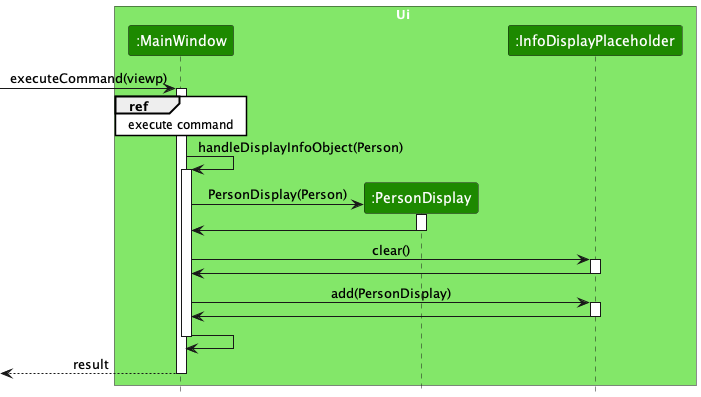
Before: docs/images/ViewpSequenceDiagram.png, a diagram exported from PlantUML (timetraveller-123/tp). Source of this version:
```plantuml
@startuml
!include style.puml
skinparam ArrowFontStyle plain
skinparam sequenceReferenceBackgroundColor white

box Ui UI_COLOR_T1
participant ":MainWindow" as MainWindow UI_COLOR
-> MainWindow : executeCommand(viewp)
activate MainWindow

ref over MainWindow : execute command

MainWindow -> MainWindow : handleDisplayInfoObject(Person)
activate MainWindow

create ":PersonDisplay" as PersonDisplay UI_COLOR
MainWindow -> PersonDisplay : PersonDisplay(Person)
activate PersonDisplay

PersonDisplay -> MainWindow
deactivate PersonDisplay

participant ":InfoDisplayPlaceholder" as InfoDisplayPlaceholder UI_COLOR

MainWindow -> InfoDisplayPlaceholder : clear()
activate InfoDisplayPlaceholder

InfoDisplayPlaceholder -> MainWindow
deactivate InfoDisplayPlaceholder

MainWindow -> InfoDisplayPlaceholder : add(PersonDisplay)
activate InfoDisplayPlaceholder

InfoDisplayPlaceholder -> MainWindow
deactivate InfoDisplayPlaceholder

MainWindow -> MainWindow
deactivate MainWindow

<-- MainWindow : result
deactivate MainWindow



endbox

@enduml
```
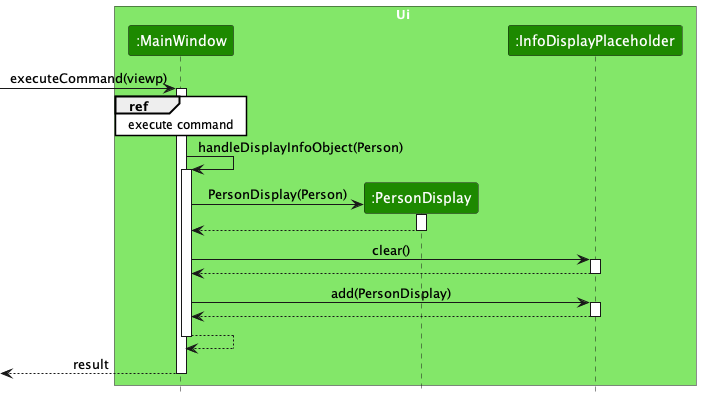
After the commit.

Commit message:
Fix viewp sequence diagram

What changed in the source:
```diff
@@ -17,7 +17,7 @@
 MainWindow -> PersonDisplay : PersonDisplay(Person)
 activate PersonDisplay
 
-PersonDisplay -> MainWindow
+PersonDisplay --> MainWindow
 deactivate PersonDisplay
 
 participant ":InfoDisplayPlaceholder" as InfoDisplayPlaceholder UI_COLOR
@@ -25,16 +25,16 @@
 MainWindow -> InfoDisplayPlaceholder : clear()
 activate InfoDisplayPlaceholder
 
-InfoDisplayPlaceholder -> MainWindow
+InfoDisplayPlaceholder --> MainWindow
 deactivate InfoDisplayPlaceholder
 
 MainWindow -> InfoDisplayPlaceholder : add(PersonDisplay)
 activate InfoDisplayPlaceholder
 
-InfoDisplayPlaceholder -> MainWindow
+InfoDisplayPlaceholder --> MainWindow
 deactivate InfoDisplayPlaceholder
 
-MainWindow -> MainWindow
+MainWindow --> MainWindow
 deactivate MainWindow
 
 <-- MainWindow : result
```
